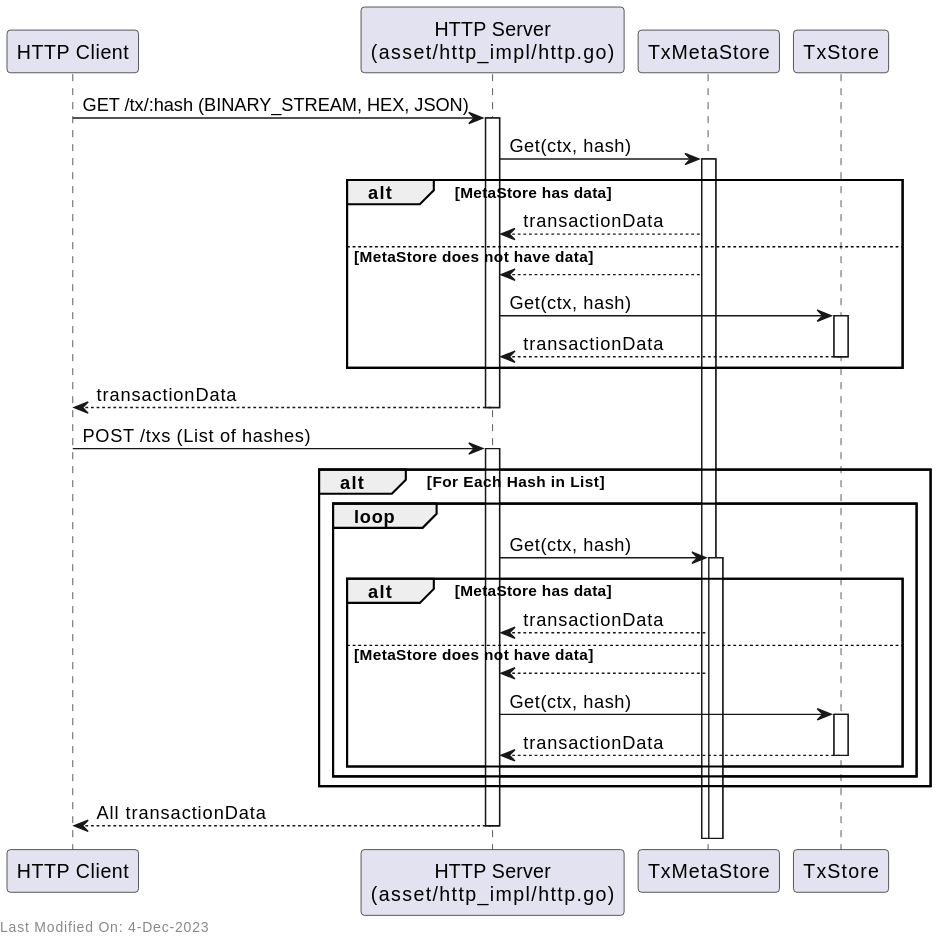
Before: docs/services/img/plantuml/assetserver/asset_server_http_get_transaction.svg, a diagram exported from PlantUML (freemans13/teranode). Its source is kept beside it as docs/services/img/plantuml/assetserver/asset_server_http_get_transaction.puml. Its diagram source:
```plantuml
@startuml
participant "HTTP Client" as Client
participant "HTTP Server\n(asset/http_impl/http.go)" as HTTPServer
participant "TxMetaStore" as MetaStore
participant "TxStore" as Store

Client -> HTTPServer : GET /tx/:hash (BINARY_STREAM, HEX, JSON)
activate HTTPServer
HTTPServer -> MetaStore : Get(ctx, hash)
activate MetaStore
alt MetaStore has data
    MetaStore --> HTTPServer : transactionData
else MetaStore does not have data
    MetaStore --> HTTPServer
    HTTPServer -> Store : Get(ctx, hash)
    activate Store
    Store --> HTTPServer : transactionData
    deactivate Store
end
HTTPServer --> Client : transactionData
deactivate HTTPServer

Client -> HTTPServer : POST /txs (List of hashes)
activate HTTPServer
alt For Each Hash in List
    loop
        HTTPServer -> MetaStore : Get(ctx, hash)
        activate MetaStore
        alt MetaStore has data
            MetaStore --> HTTPServer : transactionData
        else MetaStore does not have data
            MetaStore --> HTTPServer
            HTTPServer -> Store : Get(ctx, hash)
            activate Store
            Store --> HTTPServer : transactionData
            deactivate Store
        end
    end
end
HTTPServer --> Client : All transactionData
deactivate HTTPServer

left footer Last Modified On: 4-Dec-2023

@enduml
```
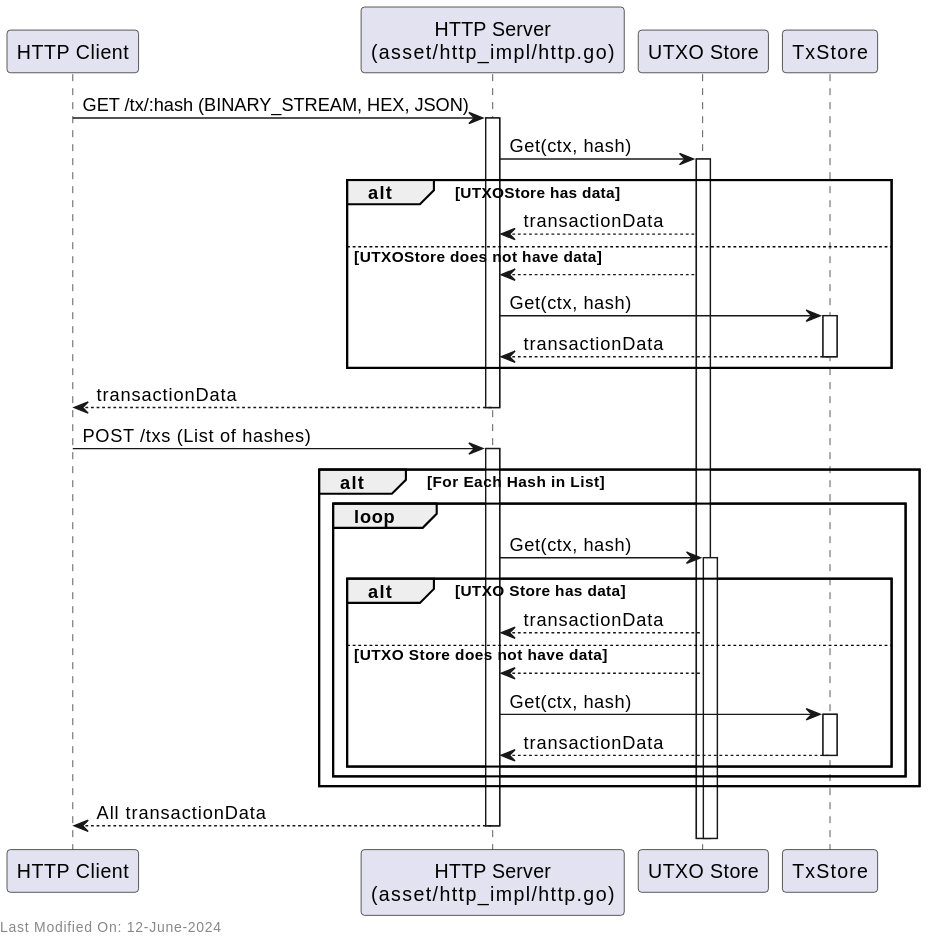
The same file after the commit.

Diff of the diagram source:
```diff
@@ -1,17 +1,17 @@
 @startuml
 participant "HTTP Client" as Client
 participant "HTTP Server\n(asset/http_impl/http.go)" as HTTPServer
-participant "TxMetaStore" as MetaStore
+participant "UTXO Store" as UTXOStore
 participant "TxStore" as Store
 
 Client -> HTTPServer : GET /tx/:hash (BINARY_STREAM, HEX, JSON)
 activate HTTPServer
-HTTPServer -> MetaStore : Get(ctx, hash)
-activate MetaStore
-alt MetaStore has data
-    MetaStore --> HTTPServer : transactionData
-else MetaStore does not have data
-    MetaStore --> HTTPServer
+HTTPServer -> UTXOStore : Get(ctx, hash)
+activate UTXOStore
+alt UTXOStore has data
+    UTXOStore --> HTTPServer : transactionData
+else UTXOStore does not have data
+    UTXOStore --> HTTPServer
     HTTPServer -> Store : Get(ctx, hash)
     activate Store
     Store --> HTTPServer : transactionData
@@ -24,12 +24,12 @@
 activate HTTPServer
 alt For Each Hash in List
     loop
-        HTTPServer -> MetaStore : Get(ctx, hash)
-        activate MetaStore
-        alt MetaStore has data
-            MetaStore --> HTTPServer : transactionData
-        else MetaStore does not have data
-            MetaStore --> HTTPServer
+        HTTPServer -> UTXOStore : Get(ctx, hash)
+        activate UTXOStore
+        alt UTXO Store has data
+            UTXOStore --> HTTPServer : transactionData
+        else UTXO Store does not have data
+            UTXOStore --> HTTPServer
             HTTPServer -> Store : Get(ctx, hash)
             activate Store
             Store --> HTTPServer : transactionData
@@ -40,6 +40,6 @@
 HTTPServer --> Client : All transactionData
 deactivate HTTPServer
 
-left footer Last Modified On: 4-Dec-2023
+left footer Last Modified On: 12-June-2024
 
 @enduml
```
